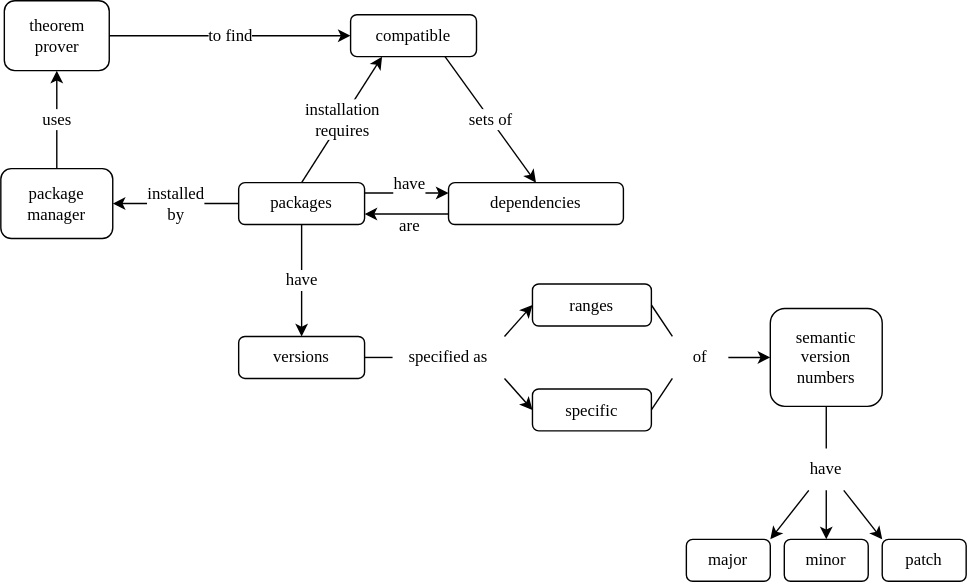
The draw.io diagram sdxpy/pack/concept_map.svg in gvwilson/thirdbit, before a commit. Source tidied: cells renumbered, new cells last; positions are measured from the earlier drawing's top-left corner, leaving out a move shared by most shapes.
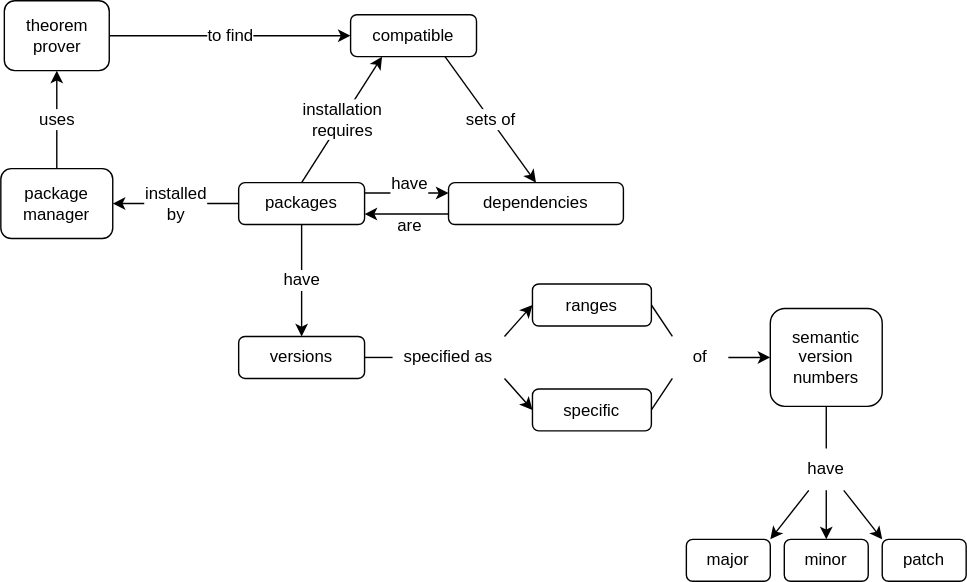
The same file after the commit.

Change to the diagram source:
```diff
@@ -2,105 +2,105 @@
   <root>
     <mxCell id="0" />
     <mxCell id="1" parent="0" />
-    <mxCell id="2" value="packages" style="text;html=1;strokeColor=default;fillColor=none;align=center;verticalAlign=middle;whiteSpace=wrap;rounded=1;sketch=0;hachureGap=4;fontFamily=Verdana;fontSize=12;" parent="1" vertex="1">
+    <mxCell id="2" value="packages" style="text;html=1;strokeColor=default;fillColor=none;align=center;verticalAlign=middle;whiteSpace=wrap;rounded=1;sketch=0;hachureGap=4;fontFamily=Helvetica;fontSize=12;" parent="1" vertex="1">
       <mxGeometry x="170" y="130" width="90" height="30" as="geometry" />
     </mxCell>
-    <mxCell id="3" value="versions" style="text;html=1;strokeColor=default;fillColor=none;align=center;verticalAlign=middle;whiteSpace=wrap;rounded=1;sketch=0;hachureGap=4;fontFamily=Verdana;fontSize=12;" parent="1" vertex="1">
+    <mxCell id="3" value="versions" style="text;html=1;strokeColor=default;fillColor=none;align=center;verticalAlign=middle;whiteSpace=wrap;rounded=1;sketch=0;hachureGap=4;fontFamily=Helvetica;fontSize=12;" parent="1" vertex="1">
       <mxGeometry x="170" y="240" width="90" height="30" as="geometry" />
     </mxCell>
-    <mxCell id="4" value="semantic version numbers" style="text;html=1;strokeColor=default;fillColor=none;align=center;verticalAlign=middle;whiteSpace=wrap;rounded=1;sketch=0;hachureGap=4;fontFamily=Verdana;fontSize=12;" parent="1" vertex="1">
+    <mxCell id="4" value="semantic version numbers" style="text;html=1;strokeColor=default;fillColor=none;align=center;verticalAlign=middle;whiteSpace=wrap;rounded=1;sketch=0;hachureGap=4;fontFamily=Helvetica;fontSize=12;" parent="1" vertex="1">
       <mxGeometry x="550" y="220" width="80" height="70" as="geometry" />
     </mxCell>
-    <mxCell id="5" value="major" style="text;html=1;strokeColor=default;fillColor=none;align=center;verticalAlign=middle;whiteSpace=wrap;rounded=1;sketch=0;hachureGap=4;fontFamily=Verdana;fontSize=12;" parent="1" vertex="1">
+    <mxCell id="5" value="major" style="text;html=1;strokeColor=default;fillColor=none;align=center;verticalAlign=middle;whiteSpace=wrap;rounded=1;sketch=0;hachureGap=4;fontFamily=Helvetica;fontSize=12;" parent="1" vertex="1">
       <mxGeometry x="490" y="385" width="60" height="30" as="geometry" />
     </mxCell>
-    <mxCell id="6" value="minor" style="text;html=1;strokeColor=default;fillColor=none;align=center;verticalAlign=middle;whiteSpace=wrap;rounded=1;sketch=0;hachureGap=4;fontFamily=Verdana;fontSize=12;" parent="1" vertex="1">
+    <mxCell id="6" value="minor" style="text;html=1;strokeColor=default;fillColor=none;align=center;verticalAlign=middle;whiteSpace=wrap;rounded=1;sketch=0;hachureGap=4;fontFamily=Helvetica;fontSize=12;" parent="1" vertex="1">
       <mxGeometry x="560" y="385" width="60" height="30" as="geometry" />
     </mxCell>
-    <mxCell id="7" value="patch" style="text;html=1;strokeColor=default;fillColor=none;align=center;verticalAlign=middle;whiteSpace=wrap;rounded=1;sketch=0;hachureGap=4;fontFamily=Verdana;fontSize=12;" parent="1" vertex="1">
+    <mxCell id="7" value="patch" style="text;html=1;strokeColor=default;fillColor=none;align=center;verticalAlign=middle;whiteSpace=wrap;rounded=1;sketch=0;hachureGap=4;fontFamily=Helvetica;fontSize=12;" parent="1" vertex="1">
       <mxGeometry x="630" y="385" width="60" height="30" as="geometry" />
     </mxCell>
-    <mxCell id="8" value="specific" style="text;html=1;strokeColor=default;fillColor=none;align=center;verticalAlign=middle;whiteSpace=wrap;rounded=1;sketch=0;hachureGap=4;fontFamily=Verdana;fontSize=12;" parent="1" vertex="1">
+    <mxCell id="8" value="specific" style="text;html=1;strokeColor=default;fillColor=none;align=center;verticalAlign=middle;whiteSpace=wrap;rounded=1;sketch=0;hachureGap=4;fontFamily=Helvetica;fontSize=12;" parent="1" vertex="1">
       <mxGeometry x="380" y="277.5" width="85" height="30" as="geometry" />
     </mxCell>
-    <mxCell id="9" value="ranges" style="text;html=1;strokeColor=default;fillColor=none;align=center;verticalAlign=middle;whiteSpace=wrap;rounded=1;sketch=0;hachureGap=4;fontFamily=Verdana;fontSize=12;" parent="1" vertex="1">
+    <mxCell id="9" value="ranges" style="text;html=1;strokeColor=default;fillColor=none;align=center;verticalAlign=middle;whiteSpace=wrap;rounded=1;sketch=0;hachureGap=4;fontFamily=Helvetica;fontSize=12;" parent="1" vertex="1">
       <mxGeometry x="380" y="202.5" width="85" height="30" as="geometry" />
     </mxCell>
-    <mxCell id="10" value="specified as" style="text;html=1;strokeColor=none;fillColor=none;align=center;verticalAlign=middle;whiteSpace=wrap;rounded=0;sketch=0;hachureGap=4;fontFamily=Verdana;fontSize=12;" parent="1" vertex="1">
+    <mxCell id="10" value="specified as" style="text;html=1;strokeColor=none;fillColor=none;align=center;verticalAlign=middle;whiteSpace=wrap;rounded=0;sketch=0;hachureGap=4;fontFamily=Helvetica;fontSize=12;" parent="1" vertex="1">
       <mxGeometry x="280" y="240" width="80" height="30" as="geometry" />
     </mxCell>
-    <mxCell id="11" value="of" style="text;html=1;strokeColor=none;fillColor=none;align=center;verticalAlign=middle;whiteSpace=wrap;rounded=0;sketch=0;hachureGap=4;fontFamily=Verdana;fontSize=12;" parent="1" vertex="1">
+    <mxCell id="11" value="of" style="text;html=1;strokeColor=none;fillColor=none;align=center;verticalAlign=middle;whiteSpace=wrap;rounded=0;sketch=0;hachureGap=4;fontFamily=Helvetica;fontSize=12;" parent="1" vertex="1">
       <mxGeometry x="480" y="240" width="40" height="30" as="geometry" />
     </mxCell>
-    <mxCell id="12" value="dependencies" style="text;html=1;strokeColor=default;fillColor=none;align=center;verticalAlign=middle;whiteSpace=wrap;rounded=1;sketch=0;hachureGap=4;fontFamily=Verdana;fontSize=12;" parent="1" vertex="1">
+    <mxCell id="12" value="dependencies" style="text;html=1;strokeColor=default;fillColor=none;align=center;verticalAlign=middle;whiteSpace=wrap;rounded=1;sketch=0;hachureGap=4;fontFamily=Helvetica;fontSize=12;" parent="1" vertex="1">
       <mxGeometry x="320" y="130" width="125" height="30" as="geometry" />
     </mxCell>
-    <mxCell id="13" value="compatible" style="text;html=1;strokeColor=default;fillColor=none;align=center;verticalAlign=middle;whiteSpace=wrap;rounded=1;sketch=0;hachureGap=4;fontFamily=Verdana;fontSize=12;" parent="1" vertex="1">
+    <mxCell id="13" value="compatible" style="text;html=1;strokeColor=default;fillColor=none;align=center;verticalAlign=middle;whiteSpace=wrap;rounded=1;sketch=0;hachureGap=4;fontFamily=Helvetica;fontSize=12;" parent="1" vertex="1">
       <mxGeometry x="250" y="10" width="90" height="30" as="geometry" />
     </mxCell>
-    <mxCell id="14" style="endArrow=none;html=1;rounded=1;sketch=0;hachureGap=4;fontFamily=Verdana;fontSize=12;startSize=14;endSize=14;sourcePerimeterSpacing=8;targetPerimeterSpacing=8;entryX=1;entryY=0.5;entryDx=0;entryDy=0;exitX=0;exitY=0.5;exitDx=0;exitDy=0;" parent="1" edge="1" source="10" target="3">
+    <mxCell id="14" style="endArrow=none;html=1;rounded=1;sketch=0;hachureGap=4;fontFamily=Helvetica;fontSize=12;startSize=14;endSize=14;sourcePerimeterSpacing=8;targetPerimeterSpacing=8;entryX=1;entryY=0.5;entryDx=0;entryDy=0;exitX=0;exitY=0.5;exitDx=0;exitDy=0;" parent="1" edge="1" source="10" target="3">
       <mxGeometry relative="1" as="geometry" />
     </mxCell>
-    <mxCell id="15" style="endArrow=none;html=1;rounded=1;sketch=0;hachureGap=4;fontFamily=Verdana;fontSize=12;startSize=14;endSize=14;sourcePerimeterSpacing=8;targetPerimeterSpacing=8;exitX=1;exitY=0.5;exitDx=0;exitDy=0;entryX=0;entryY=0;entryDx=0;entryDy=0;" parent="1" edge="1" source="9" target="11">
+    <mxCell id="15" style="endArrow=none;html=1;rounded=1;sketch=0;hachureGap=4;fontFamily=Helvetica;fontSize=12;startSize=14;endSize=14;sourcePerimeterSpacing=8;targetPerimeterSpacing=8;exitX=1;exitY=0.5;exitDx=0;exitDy=0;entryX=0;entryY=0;entryDx=0;entryDy=0;" parent="1" edge="1" source="9" target="11">
       <mxGeometry relative="1" as="geometry" />
     </mxCell>
-    <mxCell id="16" style="endArrow=none;html=1;rounded=1;sketch=0;hachureGap=4;fontFamily=Verdana;fontSize=12;startSize=14;endSize=14;sourcePerimeterSpacing=8;targetPerimeterSpacing=8;exitX=1;exitY=0.5;exitDx=0;exitDy=0;entryX=0;entryY=1;entryDx=0;entryDy=0;" parent="1" edge="1" source="8" target="11">
+    <mxCell id="16" style="endArrow=none;html=1;rounded=1;sketch=0;hachureGap=4;fontFamily=Helvetica;fontSize=12;startSize=14;endSize=14;sourcePerimeterSpacing=8;targetPerimeterSpacing=8;exitX=1;exitY=0.5;exitDx=0;exitDy=0;entryX=0;entryY=1;entryDx=0;entryDy=0;" parent="1" edge="1" source="8" target="11">
       <mxGeometry relative="1" as="geometry" />
     </mxCell>
-    <mxCell id="17" value="have" style="text;html=1;strokeColor=none;fillColor=none;align=center;verticalAlign=middle;whiteSpace=wrap;rounded=0;sketch=0;hachureGap=4;fontFamily=Verdana;fontSize=12;" parent="1" vertex="1">
+    <mxCell id="17" value="have" style="text;html=1;strokeColor=none;fillColor=none;align=center;verticalAlign=middle;whiteSpace=wrap;rounded=0;sketch=0;hachureGap=4;fontFamily=Helvetica;fontSize=12;" parent="1" vertex="1">
       <mxGeometry x="565" y="320" width="50" height="30" as="geometry" />
     </mxCell>
-    <mxCell id="18" style="endArrow=none;html=1;rounded=1;sketch=0;hachureGap=4;fontFamily=Verdana;fontSize=12;startSize=14;endSize=14;sourcePerimeterSpacing=8;targetPerimeterSpacing=8;entryX=0.5;entryY=0;entryDx=0;entryDy=0;exitX=0.5;exitY=1;exitDx=0;exitDy=0;" parent="1" edge="1" source="4" target="17">
+    <mxCell id="18" style="endArrow=none;html=1;rounded=1;sketch=0;hachureGap=4;fontFamily=Helvetica;fontSize=12;startSize=14;endSize=14;sourcePerimeterSpacing=8;targetPerimeterSpacing=8;entryX=0.5;entryY=0;entryDx=0;entryDy=0;exitX=0.5;exitY=1;exitDx=0;exitDy=0;" parent="1" edge="1" source="4" target="17">
       <mxGeometry relative="1" as="geometry" />
     </mxCell>
-    <mxCell id="19" value="package manager" style="text;html=1;strokeColor=default;fillColor=none;align=center;verticalAlign=middle;whiteSpace=wrap;rounded=1;sketch=0;hachureGap=4;fontFamily=Verdana;fontSize=12;" parent="1" vertex="1">
+    <mxCell id="19" value="package manager" style="text;html=1;strokeColor=default;fillColor=none;align=center;verticalAlign=middle;whiteSpace=wrap;rounded=1;sketch=0;hachureGap=4;fontFamily=Helvetica;fontSize=12;" parent="1" vertex="1">
       <mxGeometry y="120" width="80" height="50" as="geometry" />
     </mxCell>
-    <mxCell id="20" value="theorem prover" style="text;html=1;strokeColor=default;fillColor=none;align=center;verticalAlign=middle;whiteSpace=wrap;rounded=1;sketch=0;hachureGap=4;fontFamily=Verdana;fontSize=12;" parent="1" vertex="1">
+    <mxCell id="20" value="theorem prover" style="text;html=1;strokeColor=default;fillColor=none;align=center;verticalAlign=middle;whiteSpace=wrap;rounded=1;sketch=0;hachureGap=4;fontFamily=Helvetica;fontSize=12;" parent="1" vertex="1">
       <mxGeometry x="2.5" width="75" height="50" as="geometry" />
     </mxCell>
-    <mxCell id="21" value="uses" style="endArrow=classic;html=1;rounded=0;sketch=0;fontFamily=Verdana;fontSize=12;entryX=0.5;entryY=1;entryDx=0;entryDy=0;exitX=0.5;exitY=0;exitDx=0;exitDy=0;" parent="1" edge="1" source="19" target="20">
+    <mxCell id="21" value="uses" style="endArrow=classic;html=1;rounded=0;sketch=0;fontFamily=Helvetica;fontSize=12;entryX=0.5;entryY=1;entryDx=0;entryDy=0;exitX=0.5;exitY=0;exitDx=0;exitDy=0;" parent="1" edge="1" source="19" target="20">
       <mxGeometry relative="1" as="geometry" />
     </mxCell>
-    <mxCell id="22" value="to find" style="endArrow=classic;html=1;rounded=0;sketch=0;fontFamily=Verdana;fontSize=12;exitX=1;exitY=0.5;exitDx=0;exitDy=0;entryX=0;entryY=0.5;entryDx=0;entryDy=0;" parent="1" edge="1" source="20" target="13">
+    <mxCell id="22" value="to find" style="endArrow=classic;html=1;rounded=0;sketch=0;fontFamily=Helvetica;fontSize=12;exitX=1;exitY=0.5;exitDx=0;exitDy=0;entryX=0;entryY=0.5;entryDx=0;entryDy=0;" parent="1" edge="1" source="20" target="13">
       <mxGeometry relative="1" as="geometry" />
     </mxCell>
-    <mxCell id="23" value="installed&lt;br&gt;by" style="endArrow=classic;html=1;rounded=0;sketch=0;fontFamily=Verdana;fontSize=12;entryX=1;entryY=0.5;entryDx=0;entryDy=0;exitX=0;exitY=0.5;exitDx=0;exitDy=0;" parent="1" edge="1" source="2" target="19">
+    <mxCell id="23" value="installed&lt;br&gt;by" style="endArrow=classic;html=1;rounded=0;sketch=0;fontFamily=Helvetica;fontSize=12;entryX=1;entryY=0.5;entryDx=0;entryDy=0;exitX=0;exitY=0.5;exitDx=0;exitDy=0;" parent="1" edge="1" source="2" target="19">
       <mxGeometry relative="1" as="geometry" />
     </mxCell>
-    <mxCell id="24" value="installation&lt;br&gt;requires" style="endArrow=classic;html=1;rounded=0;sketch=0;fontFamily=Verdana;fontSize=12;exitX=0.5;exitY=0;exitDx=0;exitDy=0;entryX=0.25;entryY=1;entryDx=0;entryDy=0;endFill=1;" parent="1" edge="1" source="2" target="13">
+    <mxCell id="24" value="installation&lt;br&gt;requires" style="endArrow=classic;html=1;rounded=0;sketch=0;fontFamily=Helvetica;fontSize=12;exitX=0.5;exitY=0;exitDx=0;exitDy=0;entryX=0.25;entryY=1;entryDx=0;entryDy=0;endFill=1;" parent="1" edge="1" source="2" target="13">
       <mxGeometry relative="1" as="geometry" />
     </mxCell>
-    <mxCell id="25" value="sets of" style="endArrow=classic;html=1;rounded=0;sketch=0;fontFamily=Verdana;fontSize=12;exitX=0.75;exitY=1;exitDx=0;exitDy=0;entryX=0.5;entryY=0;entryDx=0;entryDy=0;" parent="1" edge="1" source="13" target="12">
+    <mxCell id="25" value="sets of" style="endArrow=classic;html=1;rounded=0;sketch=0;fontFamily=Helvetica;fontSize=12;exitX=0.75;exitY=1;exitDx=0;exitDy=0;entryX=0.5;entryY=0;entryDx=0;entryDy=0;" parent="1" edge="1" source="13" target="12">
       <mxGeometry relative="1" as="geometry" />
     </mxCell>
-    <mxCell id="26" value="have" style="endArrow=classic;html=1;rounded=0;sketch=0;fontFamily=Verdana;fontSize=12;entryX=0;entryY=0.25;entryDx=0;entryDy=0;exitX=1;exitY=0.25;exitDx=0;exitDy=0;" parent="1" edge="1" source="2" target="12">
+    <mxCell id="26" value="have" style="endArrow=classic;html=1;rounded=0;sketch=0;fontFamily=Helvetica;fontSize=12;entryX=0;entryY=0.25;entryDx=0;entryDy=0;exitX=1;exitY=0.25;exitDx=0;exitDy=0;" parent="1" edge="1" source="2" target="12">
       <mxGeometry x="0.05" y="8" relative="1" as="geometry">
         <mxPoint y="1" as="offset" />
       </mxGeometry>
     </mxCell>
-    <mxCell id="27" value="are" style="endArrow=classic;html=1;rounded=0;sketch=0;fontFamily=Verdana;fontSize=12;entryX=1;entryY=0.75;entryDx=0;entryDy=0;exitX=0;exitY=0.75;exitDx=0;exitDy=0;" parent="1" edge="1" source="12" target="2">
+    <mxCell id="27" value="are" style="endArrow=classic;html=1;rounded=0;sketch=0;fontFamily=Helvetica;fontSize=12;entryX=1;entryY=0.75;entryDx=0;entryDy=0;exitX=0;exitY=0.75;exitDx=0;exitDy=0;" parent="1" edge="1" source="12" target="2">
       <mxGeometry x="-0.05" y="8" relative="1" as="geometry" />
     </mxCell>
-    <mxCell id="28" value="have" style="endArrow=classic;html=1;rounded=0;sketch=0;fontFamily=Verdana;fontSize=12;exitX=0.5;exitY=1;exitDx=0;exitDy=0;entryX=0.5;entryY=0;entryDx=0;entryDy=0;" parent="1" edge="1" source="2" target="3">
+    <mxCell id="28" value="have" style="endArrow=classic;html=1;rounded=0;sketch=0;fontFamily=Helvetica;fontSize=12;exitX=0.5;exitY=1;exitDx=0;exitDy=0;entryX=0.5;entryY=0;entryDx=0;entryDy=0;" parent="1" edge="1" source="2" target="3">
       <mxGeometry relative="1" as="geometry" />
     </mxCell>
-    <mxCell id="29" style="endArrow=classic;html=1;rounded=0;sketch=0;fontFamily=Verdana;fontSize=12;entryX=0;entryY=0.5;entryDx=0;entryDy=0;exitX=1;exitY=0;exitDx=0;exitDy=0;" parent="1" edge="1" source="10" target="9">
+    <mxCell id="29" style="endArrow=classic;html=1;rounded=0;sketch=0;fontFamily=Helvetica;fontSize=12;entryX=0;entryY=0.5;entryDx=0;entryDy=0;exitX=1;exitY=0;exitDx=0;exitDy=0;" parent="1" edge="1" source="10" target="9">
       <mxGeometry relative="1" as="geometry" />
     </mxCell>
-    <mxCell id="30" style="endArrow=classic;html=1;rounded=0;sketch=0;fontFamily=Verdana;fontSize=12;entryX=0;entryY=0.5;entryDx=0;entryDy=0;exitX=1;exitY=1;exitDx=0;exitDy=0;" parent="1" edge="1" source="10" target="8">
+    <mxCell id="30" style="endArrow=classic;html=1;rounded=0;sketch=0;fontFamily=Helvetica;fontSize=12;entryX=0;entryY=0.5;entryDx=0;entryDy=0;exitX=1;exitY=1;exitDx=0;exitDy=0;" parent="1" edge="1" source="10" target="8">
       <mxGeometry relative="1" as="geometry" />
     </mxCell>
-    <mxCell id="31" style="endArrow=classic;html=1;rounded=0;sketch=0;fontFamily=Verdana;fontSize=12;entryX=0;entryY=0.5;entryDx=0;entryDy=0;exitX=1;exitY=0.5;exitDx=0;exitDy=0;" parent="1" edge="1" source="11" target="4">
+    <mxCell id="31" style="endArrow=classic;html=1;rounded=0;sketch=0;fontFamily=Helvetica;fontSize=12;entryX=0;entryY=0.5;entryDx=0;entryDy=0;exitX=1;exitY=0.5;exitDx=0;exitDy=0;" parent="1" edge="1" source="11" target="4">
       <mxGeometry relative="1" as="geometry" />
     </mxCell>
-    <mxCell id="32" style="endArrow=classic;html=1;rounded=1;sketch=0;fontFamily=Verdana;fontSize=12;entryX=1;entryY=0;entryDx=0;entryDy=0;exitX=0.25;exitY=1;exitDx=0;exitDy=0;" parent="1" edge="1" source="17" target="5">
+    <mxCell id="32" style="endArrow=classic;html=1;rounded=1;sketch=0;fontFamily=Helvetica;fontSize=12;entryX=1;entryY=0;entryDx=0;entryDy=0;exitX=0.25;exitY=1;exitDx=0;exitDy=0;" parent="1" edge="1" source="17" target="5">
       <mxGeometry relative="1" as="geometry" />
     </mxCell>
-    <mxCell id="33" style="endArrow=classic;html=1;rounded=0;sketch=0;fontFamily=Verdana;fontSize=12;entryX=0.5;entryY=0;entryDx=0;entryDy=0;exitX=0.5;exitY=1;exitDx=0;exitDy=0;" parent="1" edge="1" source="17" target="6">
+    <mxCell id="33" style="endArrow=classic;html=1;rounded=0;sketch=0;fontFamily=Helvetica;fontSize=12;entryX=0.5;entryY=0;entryDx=0;entryDy=0;exitX=0.5;exitY=1;exitDx=0;exitDy=0;" parent="1" edge="1" source="17" target="6">
       <mxGeometry relative="1" as="geometry" />
     </mxCell>
-    <mxCell id="34" style="endArrow=classic;html=1;rounded=1;sketch=0;fontFamily=Verdana;fontSize=12;entryX=0;entryY=0;entryDx=0;entryDy=0;exitX=0.75;exitY=1;exitDx=0;exitDy=0;" parent="1" edge="1" source="17" target="7">
+    <mxCell id="34" style="endArrow=classic;html=1;rounded=1;sketch=0;fontFamily=Helvetica;fontSize=12;entryX=0;entryY=0;entryDx=0;entryDy=0;exitX=0.75;exitY=1;exitDx=0;exitDy=0;" parent="1" edge="1" source="17" target="7">
       <mxGeometry relative="1" as="geometry" />
     </mxCell>
   </root>
```
